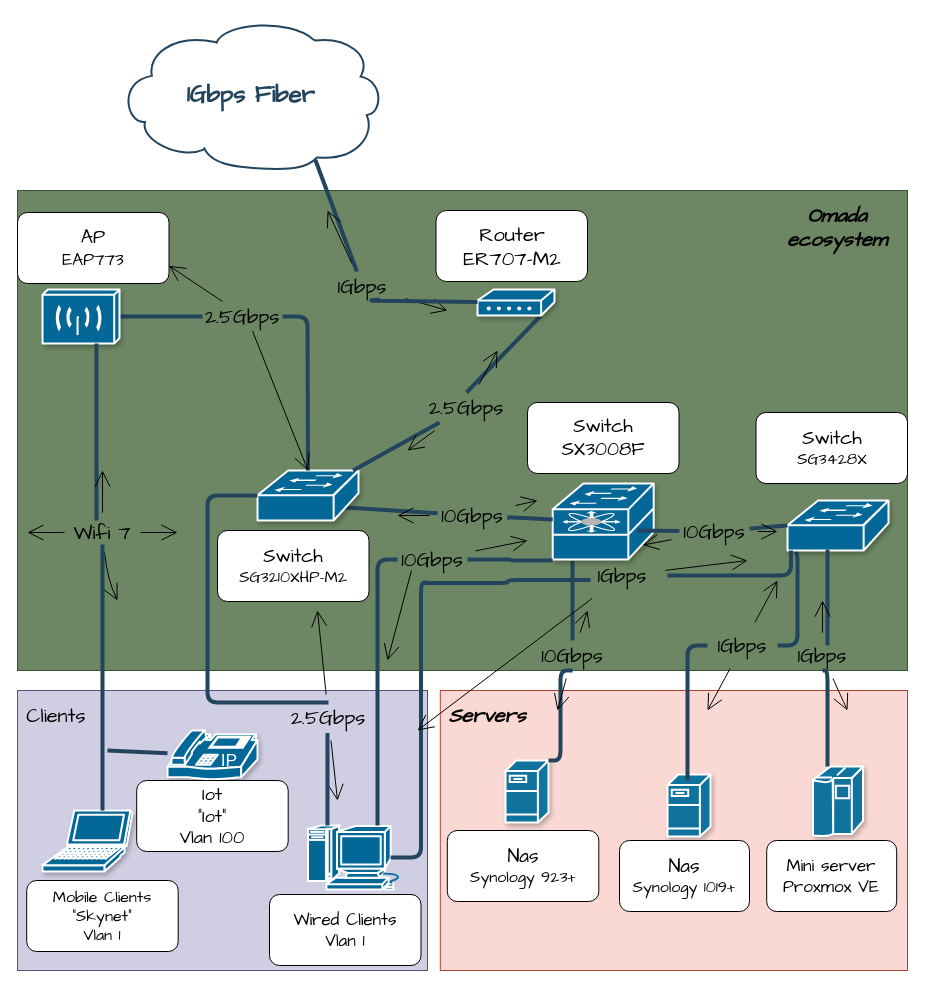
TimJvandenBerg/homelab keeps this draw.io diagram as Homelab.drawio. Above is the earlier version. Source tidied: cells renumbered, new cells numbered last; positions are measured from the earlier drawing's top-left corner, leaving out a move shared by most shapes. Both pictures are drawn from the tidied source at 100%, with x=0, y=0 at pixel (17, 18).
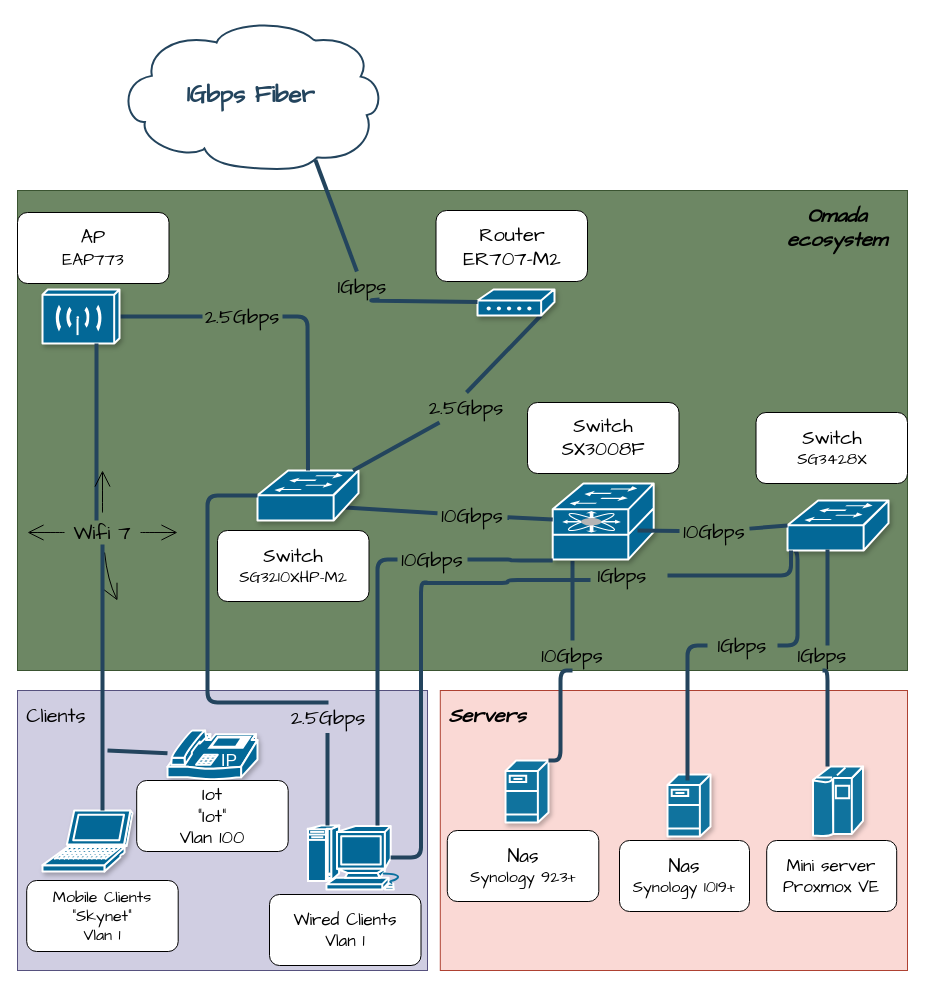
The same diagram, later.

The change refers to these unchanged cells:
```xml
<mxCell id="17" style="shape=mxgraph.cisco.switches.fibre_channel_fabric_switch;html=1;dashed=0;fillColor=#036897;strokeColor=#ffffff;strokeWidth=2;verticalLabelPosition=bottom;verticalAlign=top;align=center;outlineConnect=0;fontFamily=Architects Daughter;shadow=1;" parent="1" vertex="1">
  <mxGeometry x="535.2" y="465" width="101" height="77" as="geometry" />
</mxCell>
<mxCell id="19" style="shape=mxgraph.cisco.switches.workgroup_switch;sketch=0;html=1;dashed=0;fillColor=#036897;strokeColor=#ffffff;strokeWidth=2;verticalLabelPosition=bottom;verticalAlign=top;align=center;outlineConnect=0;fontFamily=Architects Daughter;shadow=1;" parent="1" vertex="1">
  <mxGeometry x="240" y="452" width="101" height="50" as="geometry" />
</mxCell>
<mxCell id="23" value="&lt;div&gt;10Gbps&lt;/div&gt;" style="text;strokeColor=none;fillColor=none;html=1;align=center;verticalAlign=middle;whiteSpace=wrap;rounded=0;fontSize=20;fontFamily=Architects Daughter;" parent="1" vertex="1">
  <mxGeometry x="420" y="482" width="70" height="30" as="geometry" />
</mxCell>
<mxCell id="27" value="2.5Gbps" style="text;strokeColor=none;fillColor=none;html=1;align=center;verticalAlign=middle;whiteSpace=wrap;rounded=0;fontSize=20;fontFamily=Architects Daughter;" parent="1" vertex="1">
  <mxGeometry x="419" y="374" width="60" height="30" as="geometry" />
</mxCell>
<mxCell id="30" value="&lt;div&gt;&lt;font style=&quot;font-size: 19px;&quot;&gt;AP&lt;/font&gt;&lt;/div&gt;&lt;div&gt;&lt;font style=&quot;font-size: 17px;&quot;&gt;EAP773&lt;/font&gt;&lt;/div&gt;" style="rounded=1;whiteSpace=wrap;html=1;fontFamily=Architects Daughter;arcSize=14;" parent="1" vertex="1">
  <mxGeometry y="194" width="151.5" height="71" as="geometry" />
</mxCell>
<mxCell id="34" value="&lt;div&gt;2.5Gbps&lt;/div&gt;" style="text;strokeColor=none;fillColor=none;html=1;align=center;verticalAlign=middle;whiteSpace=wrap;rounded=0;fontSize=20;fontFamily=Architects Daughter;" parent="1" vertex="1">
  <mxGeometry x="185" y="283" width="80" height="30" as="geometry" />
</mxCell>
<mxCell id="41" value="&lt;div&gt;10Gbps&lt;/div&gt;" style="text;strokeColor=none;fillColor=none;html=1;align=center;verticalAlign=middle;whiteSpace=wrap;rounded=0;fontSize=20;fontFamily=Architects Daughter;" parent="1" vertex="1">
  <mxGeometry x="662" y="498" width="70" height="30" as="geometry" />
</mxCell>
<mxCell id="45" value="&lt;div&gt;10Gbps&lt;/div&gt;" style="text;strokeColor=none;fillColor=none;html=1;align=center;verticalAlign=middle;whiteSpace=wrap;rounded=0;fontSize=20;fontFamily=Architects Daughter;" parent="1" vertex="1">
  <mxGeometry x="520" y="622" width="70" height="30" as="geometry" />
</mxCell>
<mxCell id="49" value="&lt;div&gt;1Gbps&lt;/div&gt;" style="text;strokeColor=none;fillColor=none;html=1;align=center;verticalAlign=middle;whiteSpace=wrap;rounded=0;fontSize=20;fontFamily=Architects Daughter;" parent="1" vertex="1">
  <mxGeometry x="690" y="612" width="70" height="30" as="geometry" />
</mxCell>
<mxCell id="53" value="&lt;div&gt;1Gbps&lt;/div&gt;" style="text;strokeColor=none;fillColor=none;html=1;align=center;verticalAlign=middle;whiteSpace=wrap;rounded=0;fontSize=20;fontFamily=Architects Daughter;" parent="1" vertex="1">
  <mxGeometry x="770" y="622" width="70" height="30" as="geometry" />
</mxCell>
<mxCell id="84" value="&lt;div&gt;1Gbps&lt;/div&gt;" style="text;strokeColor=none;fillColor=none;html=1;align=center;verticalAlign=middle;whiteSpace=wrap;rounded=0;fontSize=20;fontFamily=Architects Daughter;" parent="1" vertex="1">
  <mxGeometry x="570" y="542" width="70" height="30" as="geometry" />
</mxCell>
<mxCell id="86" value="&lt;div&gt;10Gbps&lt;/div&gt;" style="text;strokeColor=none;fillColor=none;html=1;align=center;verticalAlign=middle;whiteSpace=wrap;rounded=0;fontSize=20;fontFamily=Architects Daughter;" parent="1" vertex="1">
  <mxGeometry x="380" y="526" width="70" height="30" as="geometry" />
</mxCell>
<mxCell id="90" value="&lt;div&gt;1Gbps&lt;/div&gt;" style="text;strokeColor=none;fillColor=none;html=1;align=center;verticalAlign=middle;whiteSpace=wrap;rounded=0;fontSize=20;fontFamily=Architects Daughter;" parent="1" vertex="1">
  <mxGeometry x="310" y="253" width="70" height="30" as="geometry" />
</mxCell>
<mxCell id="94" value="2.5Gbps" style="text;strokeColor=none;fillColor=none;html=1;align=center;verticalAlign=middle;whiteSpace=wrap;rounded=0;fontSize=20;fontFamily=Architects Daughter;" parent="1" vertex="1">
  <mxGeometry x="281" y="684" width="60" height="30" as="geometry" />
</mxCell>
```

Change to the diagram source:
```diff
@@
-    <mxCell id="21" style="edgeStyle=none;curved=1;rounded=0;jettySize=auto;html=1;fontFamily=Architects Daughter;fontSize=16;startSize=14;endArrow=open;endSize=14;sourcePerimeterSpacing=8;targetPerimeterSpacing=8;" parent="1" edge="1" source="23">
-      <mxGeometry relative="1" as="geometry">
-        <mxPoint x="520" y="482" as="targetPoint" />
-      </mxGeometry>
-    </mxCell>
-    <mxCell id="22" style="edgeStyle=none;curved=1;rounded=0;jettySize=auto;html=1;fontFamily=Architects Daughter;fontSize=16;startSize=14;endArrow=open;endSize=14;sourcePerimeterSpacing=8;targetPerimeterSpacing=8;" parent="1" edge="1" source="23">
-      <mxGeometry relative="1" as="geometry">
-        <mxPoint x="380" y="497" as="targetPoint" />
-      </mxGeometry>
-    </mxCell>
@@
-    <mxCell id="25" style="edgeStyle=none;curved=1;rounded=0;jettySize=auto;html=1;fontFamily=Architects Daughter;fontSize=16;startSize=14;endArrow=open;endSize=14;sourcePerimeterSpacing=8;targetPerimeterSpacing=8;" parent="1" edge="1" source="27">
-      <mxGeometry relative="1" as="geometry">
-        <mxPoint x="390" y="432" as="targetPoint" />
-      </mxGeometry>
-    </mxCell>
-    <mxCell id="26" style="edgeStyle=none;curved=1;rounded=0;jettySize=auto;html=1;fontFamily=Architects Daughter;fontSize=16;startSize=14;endArrow=open;endSize=14;sourcePerimeterSpacing=8;targetPerimeterSpacing=8;" parent="1" edge="1" source="27">
-      <mxGeometry relative="1" as="geometry">
-        <mxPoint x="480" y="332" as="targetPoint" />
-      </mxGeometry>
-    </mxCell>
@@
-    <mxCell id="32" style="edgeStyle=none;curved=1;rounded=0;jettySize=auto;html=1;fontFamily=Architects Daughter;fontSize=16;startSize=14;endArrow=open;endSize=14;sourcePerimeterSpacing=8;targetPerimeterSpacing=8;exitX=0.625;exitY=0.983;exitDx=0;exitDy=0;exitPerimeter=0;entryX=0.5;entryY=0;entryDx=0;entryDy=0;entryPerimeter=0;" parent="1" edge="1" source="34" target="19">
-      <mxGeometry relative="1" as="geometry" />
-    </mxCell>
-    <mxCell id="33" style="edgeStyle=none;curved=1;rounded=0;jettySize=auto;html=1;fontFamily=Architects Daughter;fontSize=16;startSize=14;endArrow=open;endSize=14;sourcePerimeterSpacing=8;targetPerimeterSpacing=8;entryX=1;entryY=0.75;entryDx=0;entryDy=0;exitX=0.25;exitY=0;exitDx=0;exitDy=0;" parent="1" edge="1" source="34" target="30">
-      <mxGeometry relative="1" as="geometry" />
-    </mxCell>
@@
-    <mxCell id="40" style="edgeStyle=none;curved=1;rounded=0;jettySize=auto;html=1;fontFamily=Architects Daughter;fontSize=16;startSize=14;endArrow=open;endSize=14;sourcePerimeterSpacing=8;targetPerimeterSpacing=8;" parent="1" edge="1" source="41">
-      <mxGeometry relative="1" as="geometry">
-        <mxPoint x="760" y="513" as="targetPoint" />
-      </mxGeometry>
-    </mxCell>
@@
-    <mxCell id="43" style="edgeStyle=none;curved=1;rounded=0;jettySize=auto;html=1;fontFamily=Architects Daughter;fontSize=16;startSize=14;endArrow=open;endSize=14;sourcePerimeterSpacing=8;targetPerimeterSpacing=8;" parent="1" edge="1" source="45">
-      <mxGeometry relative="1" as="geometry">
-        <mxPoint x="570" y="592" as="targetPoint" />
-      </mxGeometry>
-    </mxCell>
-    <mxCell id="44" style="edgeStyle=none;curved=1;rounded=0;jettySize=auto;html=1;fontFamily=Architects Daughter;fontSize=16;startSize=14;endArrow=open;endSize=14;sourcePerimeterSpacing=8;targetPerimeterSpacing=8;" parent="1" edge="1" source="45">
-      <mxGeometry relative="1" as="geometry">
-        <mxPoint x="540" y="692" as="targetPoint" />
-      </mxGeometry>
-    </mxCell>
@@
-    <mxCell id="47" style="edgeStyle=none;curved=1;rounded=0;jettySize=auto;html=1;fontFamily=Architects Daughter;fontSize=16;startSize=14;endArrow=open;endSize=14;sourcePerimeterSpacing=8;targetPerimeterSpacing=8;" parent="1" edge="1" source="49">
-      <mxGeometry relative="1" as="geometry">
-        <mxPoint x="760" y="562" as="targetPoint" />
-      </mxGeometry>
-    </mxCell>
-    <mxCell id="48" style="edgeStyle=none;curved=1;rounded=0;jettySize=auto;html=1;fontFamily=Architects Daughter;fontSize=16;startSize=14;endArrow=open;endSize=14;sourcePerimeterSpacing=8;targetPerimeterSpacing=8;" parent="1" edge="1" source="49">
-      <mxGeometry relative="1" as="geometry">
-        <mxPoint x="690" y="692" as="targetPoint" />
-      </mxGeometry>
-    </mxCell>
@@
-    <mxCell id="51" style="edgeStyle=none;curved=1;rounded=0;jettySize=auto;html=1;fontFamily=Architects Daughter;fontSize=16;startSize=14;endArrow=open;endSize=14;sourcePerimeterSpacing=8;targetPerimeterSpacing=8;" parent="1" edge="1" source="53">
-      <mxGeometry relative="1" as="geometry">
-        <mxPoint x="830" y="692" as="targetPoint" />
-      </mxGeometry>
-    </mxCell>
-    <mxCell id="52" style="edgeStyle=none;curved=1;rounded=0;jettySize=auto;html=1;fontFamily=Architects Daughter;fontSize=16;startSize=14;endArrow=open;endSize=14;sourcePerimeterSpacing=8;targetPerimeterSpacing=8;" parent="1" edge="1" source="53">
-      <mxGeometry relative="1" as="geometry">
-        <mxPoint x="805" y="582" as="targetPoint" />
-      </mxGeometry>
-    </mxCell>
@@
-    <mxCell id="54" style="edgeStyle=none;curved=1;rounded=0;jettySize=auto;html=1;entryX=0.89;entryY=0.8;entryDx=0;entryDy=0;entryPerimeter=0;fontFamily=Architects Daughter;fontSize=16;startSize=14;endArrow=open;endSize=14;sourcePerimeterSpacing=8;targetPerimeterSpacing=8;" parent="1" edge="1" source="41" target="17">
-      <mxGeometry relative="1" as="geometry" />
-    </mxCell>
@@
-    <mxCell id="78" style="edgeStyle=none;curved=1;rounded=0;jettySize=auto;html=1;fontFamily=Architects Daughter;fontSize=16;startSize=14;endArrow=open;endSize=14;sourcePerimeterSpacing=8;targetPerimeterSpacing=8;" parent="1" edge="1" source="84">
-      <mxGeometry relative="1" as="geometry">
-        <mxPoint x="400" y="712" as="targetPoint" />
-      </mxGeometry>
-    </mxCell>
@@
-    <mxCell id="80" style="edgeStyle=none;curved=1;rounded=0;jettySize=auto;html=1;fontFamily=Architects Daughter;fontSize=16;startSize=14;endArrow=open;endSize=14;sourcePerimeterSpacing=8;targetPerimeterSpacing=8;" parent="1" edge="1" source="84">
-      <mxGeometry relative="1" as="geometry">
-        <mxPoint x="730" y="542" as="targetPoint" />
-      </mxGeometry>
-    </mxCell>
-    <mxCell id="81" style="edgeStyle=none;curved=1;rounded=0;jettySize=auto;html=1;fontFamily=Architects Daughter;fontSize=16;startSize=14;endArrow=open;endSize=14;sourcePerimeterSpacing=8;targetPerimeterSpacing=8;" parent="1" edge="1" source="86">
-      <mxGeometry relative="1" as="geometry">
-        <mxPoint x="510" y="522" as="targetPoint" />
-        <Array as="points">
-          <mxPoint x="460" y="532" />
-        </Array>
-      </mxGeometry>
-    </mxCell>
-    <mxCell id="82" style="edgeStyle=none;curved=1;rounded=0;orthogonalLoop=1;jettySize=auto;html=1;fontFamily=Architects Daughter;fontSize=16;startSize=14;endArrow=open;endSize=14;sourcePerimeterSpacing=8;targetPerimeterSpacing=8;" parent="1" edge="1">
-      <mxGeometry relative="1" as="geometry">
-        <mxPoint x="394" y="552" as="sourcePoint" />
-        <mxPoint x="370" y="642" as="targetPoint" />
-      </mxGeometry>
-    </mxCell>
@@
-    <mxCell id="87" style="edgeStyle=none;curved=1;rounded=0;jettySize=auto;html=1;fontFamily=Architects Daughter;fontSize=16;startSize=14;endArrow=open;endSize=14;sourcePerimeterSpacing=8;targetPerimeterSpacing=8;" parent="1" edge="1" source="90">
-      <mxGeometry relative="1" as="geometry">
-        <mxPoint x="310" y="192" as="targetPoint" />
-      </mxGeometry>
-    </mxCell>
-    <mxCell id="88" style="edgeStyle=none;curved=1;rounded=0;jettySize=auto;html=1;fontFamily=Architects Daughter;fontSize=16;startSize=14;endArrow=open;endSize=14;sourcePerimeterSpacing=8;targetPerimeterSpacing=8;" parent="1" edge="1" source="90">
-      <mxGeometry relative="1" as="geometry">
-        <mxPoint x="430" y="292" as="targetPoint" />
-      </mxGeometry>
-    </mxCell>
@@
-    <mxCell id="92" style="edgeStyle=none;curved=1;rounded=0;jettySize=auto;html=1;fontFamily=Architects Daughter;fontSize=16;startSize=14;endArrow=open;endSize=14;sourcePerimeterSpacing=8;targetPerimeterSpacing=8;" parent="1" edge="1" source="94">
-      <mxGeometry relative="1" as="geometry">
-        <mxPoint x="320" y="782" as="targetPoint" />
-      </mxGeometry>
-    </mxCell>
-    <mxCell id="93" style="edgeStyle=none;curved=1;rounded=0;jettySize=auto;html=1;fontFamily=Architects Daughter;fontSize=16;startSize=14;endArrow=open;endSize=14;sourcePerimeterSpacing=8;targetPerimeterSpacing=8;" parent="1" edge="1" source="94">
-      <mxGeometry relative="1" as="geometry">
-        <mxPoint x="300" y="592" as="targetPoint" />
-      </mxGeometry>
-    </mxCell>
```
